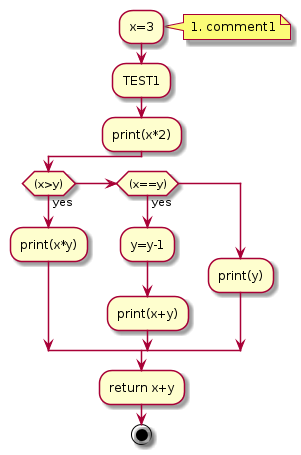
This is foo.png from goto40/pydef2activity, a PlantUML export, as it was before one commit. Its diagram source:
```plantuml
@startuml
:x=3;
note right
#comment1
end note
:TEST1;
:print(x*2);
if ((x>y)) then (yes)
:print(x*y);
elseif ((x==y)) then (yes)
:y=y-1;
:print(x+y);
else
:print(y);
endif
:return x+y;
stop
@enduml
```
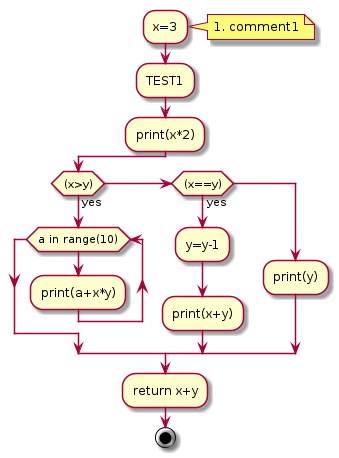
The same file after the commit.

What changed in the source:
```diff
@@ -6,7 +6,9 @@
 :TEST1;
 :print(x*2);
 if ((x>y)) then (yes)
-:print(x*y);
+while (a in range(10))
+:print(a+x*y);
+endwhile
 elseif ((x==y)) then (yes)
 :y=y-1;
 :print(x+y);
```
